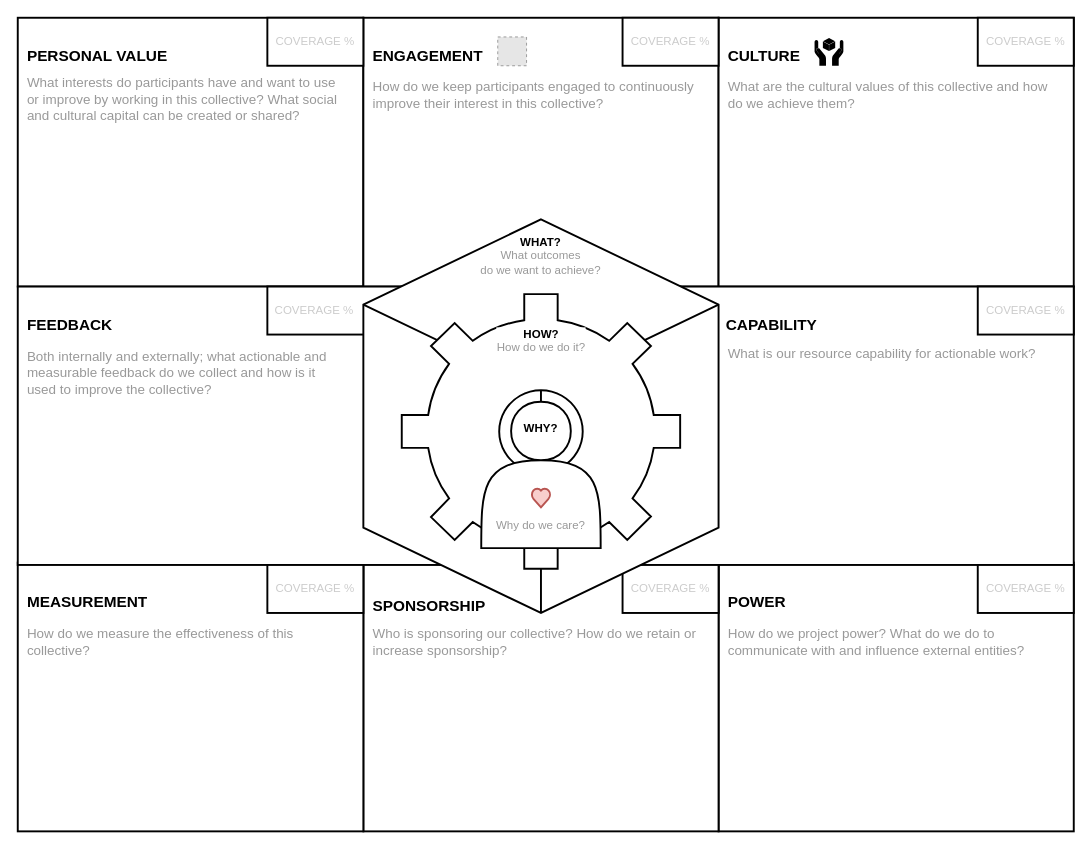
rquast/collective-action-canvas keeps this draw.io diagram as collective-action-canvas.drawio. Above is the earlier version. Source tidied: cells renumbered, new cells numbered last; positions are measured from the earlier drawing's top-left corner, leaving out a move shared by most shapes. Both pictures are drawn from the tidied source at 96%, with x=0, y=0 at pixel (17, 17). Pictures stored in the file or linked from it are replaced by grey dashed boxes.
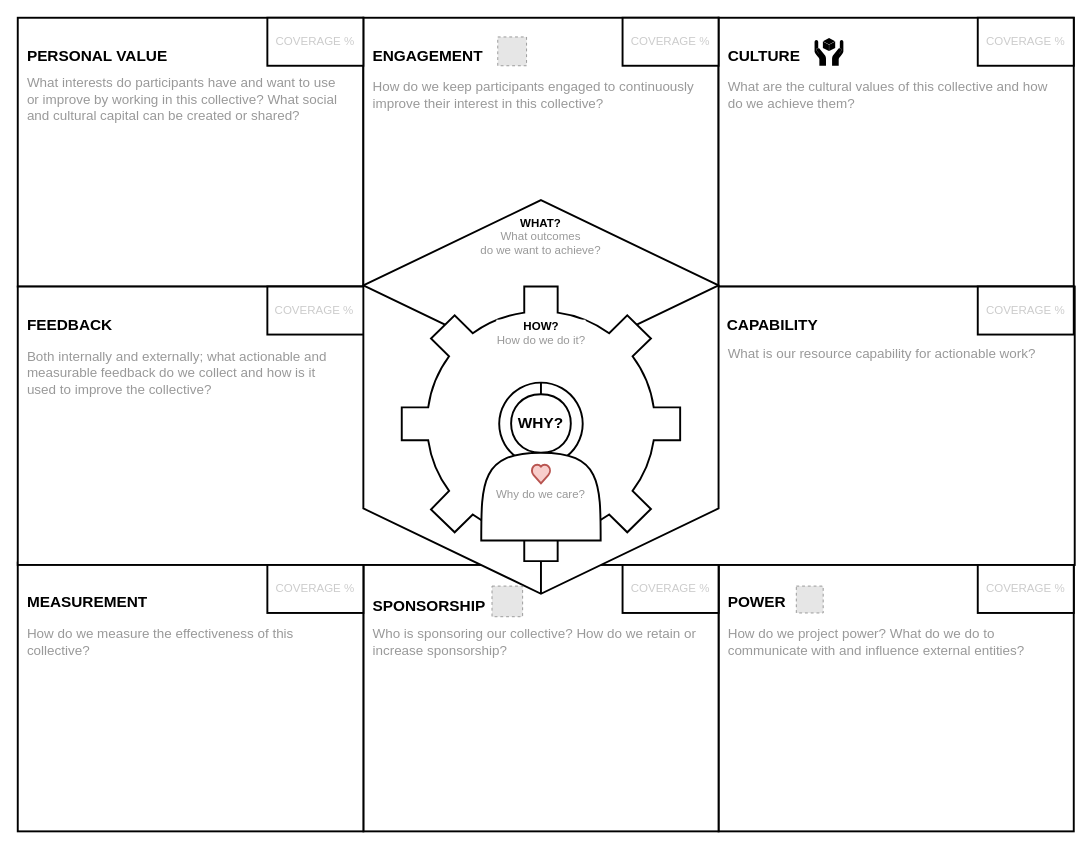
The same diagram, later.

The edit, as a diff of the source:
```diff
@@
     <mxCell id="6" value="&lt;p style=&quot;line-height: 220%&quot;&gt;FEEDBACK&lt;/p&gt;" style="rounded=0;whiteSpace=wrap;html=1;verticalAlign=top;align=left;fontSize=16;fontStyle=1;spacingLeft=8;spacingTop=0;strokeWidth=2;" parent="1" vertex="1">
-      <mxGeometry y="280" width="450" height="290" as="geometry" />
+      <mxGeometry y="280" width="560" height="290" as="geometry" />
     </mxCell>
@@
-    <mxCell id="9" value="&lt;p style=&quot;line-height: 220%&quot;&gt;CAPABILITY&lt;/p&gt;" style="rounded=0;whiteSpace=wrap;html=1;verticalAlign=top;align=left;fontSize=16;fontStyle=1;spacingLeft=86;spacingTop=0;strokeWidth=2;" parent="1" vertex="1">
-      <mxGeometry x="650" y="280" width="450" height="290" as="geometry" />
+    <mxCell id="9" value="&lt;p style=&quot;line-height: 220%&quot;&gt;CAPABILITY&lt;/p&gt;" style="rounded=0;whiteSpace=wrap;html=1;verticalAlign=top;align=left;fontSize=16;fontStyle=1;spacingLeft=196;spacingTop=0;strokeWidth=2;" parent="1" vertex="1">
+      <mxGeometry x="541" y="280" width="560" height="290" as="geometry" />
     </mxCell>
@@
     <mxCell id="18" value="&lt;b&gt;WHAT?&lt;br style=&quot;font-size: 12px&quot;&gt;&lt;/b&gt;&lt;font color=&quot;#999999&quot;&gt;What outcomes&lt;br&gt;do we want to achieve?&lt;/font&gt;" style="whiteSpace=wrap;html=1;shape=mxgraph.basic.isocube;isoAngle=15;strokeColor=#000000;strokeWidth=2;fillColor=#ffffff;fontSize=12;fontColor=#000000;align=center;verticalAlign=top;spacingTop=10;" parent="1" vertex="1">
-      <mxGeometry x="360" y="210" width="370" height="410" as="geometry" />
+      <mxGeometry x="360" y="190" width="370" height="410" as="geometry" />
     </mxCell>
     <mxCell id="19" value="&lt;b style=&quot;color: rgb(0 , 0 , 0)&quot;&gt;HOW?&lt;/b&gt;&lt;br&gt;&lt;font color=&quot;#999999&quot;&gt;How do we do it?&lt;/font&gt;" style="html=1;verticalLabelPosition=middle;align=center;labelBackgroundColor=#ffffff;verticalAlign=top;strokeWidth=2;strokeColor=#000000;shadow=0;dashed=0;shape=mxgraph.ios7.icons.settings;fontColor=#CCCCCC;labelPosition=center;spacingTop=28;" parent="1" vertex="1">
-      <mxGeometry x="400" y="287.9" width="290" height="286" as="geometry" />
+      <mxGeometry x="400" y="280" width="290" height="286" as="geometry" />
     </mxCell>
@@
-    <mxCell id="28" value="&lt;b&gt;WHY?&lt;/b&gt;&lt;br&gt;&lt;font color=&quot;#999999&quot;&gt;&lt;br&gt;&lt;br&gt;&lt;br&gt;&lt;br&gt;&lt;br&gt;&lt;br&gt;Why do we care?&lt;/font&gt;" style="shape=actor;whiteSpace=wrap;html=1;strokeWidth=2;verticalAlign=top;spacingTop=14;" parent="1" vertex="1">
-      <mxGeometry x="482.8" y="400" width="124.4" height="152.5" as="geometry" />
+    <mxCell id="28" value="&lt;b&gt;&lt;font style=&quot;font-size: 16px&quot;&gt;WHY?&lt;/font&gt;&lt;/b&gt;&lt;br&gt;&lt;font color=&quot;#999999&quot;&gt;&lt;br&gt;&lt;br&gt;&lt;br&gt;&lt;br&gt;Why do we care?&lt;/font&gt;" style="shape=actor;whiteSpace=wrap;html=1;strokeWidth=2;verticalAlign=top;spacingTop=14;" parent="1" vertex="1">
+      <mxGeometry x="482.8" y="392.1" width="124.4" height="152.5" as="geometry" />
     </mxCell>
     <mxCell id="29" style="verticalLabelPosition=bottom;verticalAlign=top;html=1;shape=mxgraph.basic.heart;strokeWidth=2;fillColor=#f8cecc;strokeColor=#b85450;" parent="1" vertex="1">
-      <mxGeometry x="535" y="490" width="20" height="20" as="geometry" />
+      <mxGeometry x="535" y="465" width="20" height="20" as="geometry" />
     </mxCell>
@@
+    <mxCell id="32" style="fillColor=#E6E6E6;strokeColor=#999999;dashed=1;html=1;verticalAlign=top;verticalLabelPosition=bottom;labelBackgroundColor=#ffffff;" parent="1" vertex="1">
+      <mxGeometry x="811" y="592" width="28" height="28" as="geometry" />
+    </mxCell>
+    <mxCell id="33" style="fillColor=#E6E6E6;strokeColor=#999999;dashed=1;html=1;verticalAlign=top;verticalLabelPosition=bottom;labelBackgroundColor=#ffffff;" parent="1" vertex="1">
+      <mxGeometry x="494" y="592" width="31.9" height="31.9" as="geometry" />
+    </mxCell>
```
